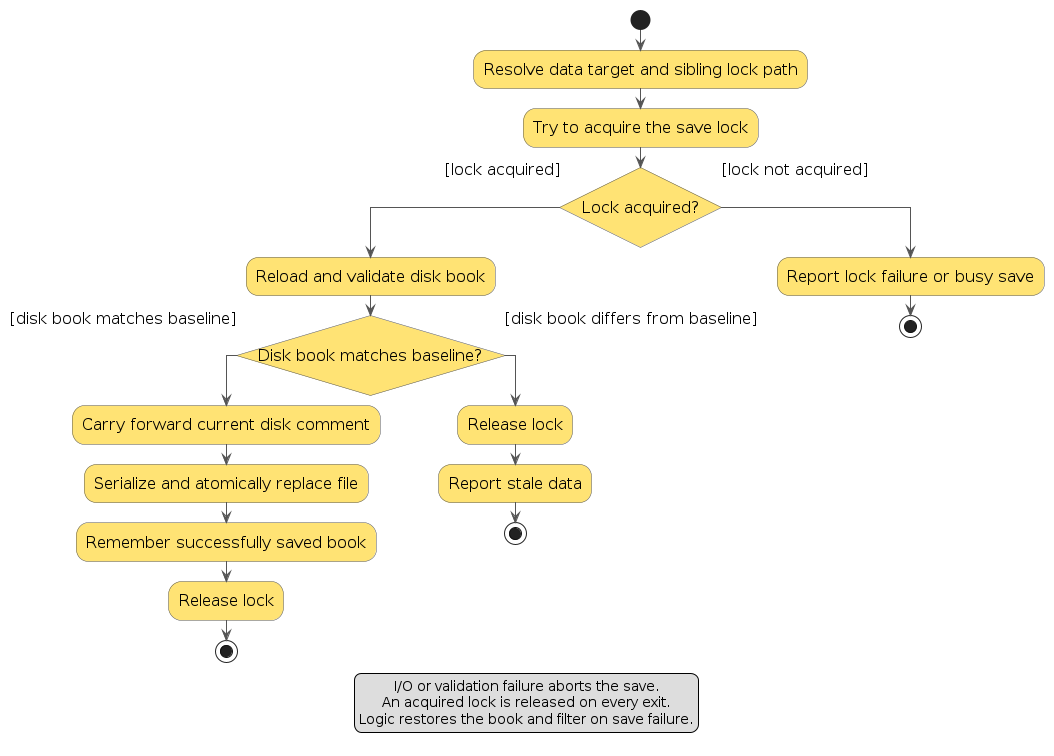
AY2627S1-CS2103T-T16-1/tp keeps this PlantUML diagram as diagrams/StaleWindowSave.png. Above is the earlier version. Its source is kept beside it as diagrams/StaleWindowSave.puml.
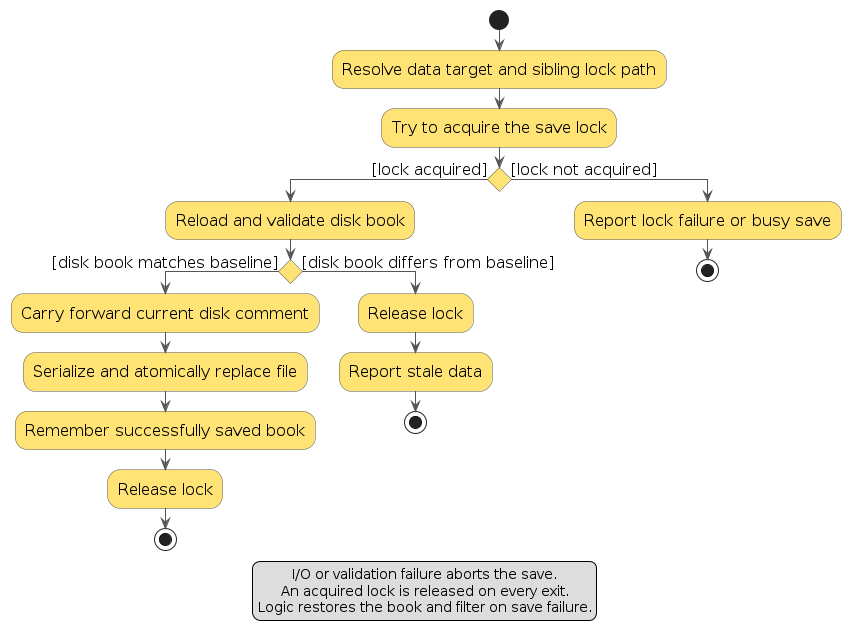
Later version of the same file.

Change to the diagram source:
```diff
@@ -10,9 +10,9 @@
 start
 :Resolve data target and sibling lock path;
 :Try to acquire the save lock;
-if (\n  Lock acquired?  \n) then ([lock acquired])
+if () then ([lock acquired])
   :Reload and validate disk book;
-  if (\n  Disk book matches baseline?  \n) then ([disk book matches baseline])
+  if () then ([disk book matches baseline])
     :Carry forward current disk comment;
     :Serialize and atomically replace file;
     :Remember successfully saved book;
```
